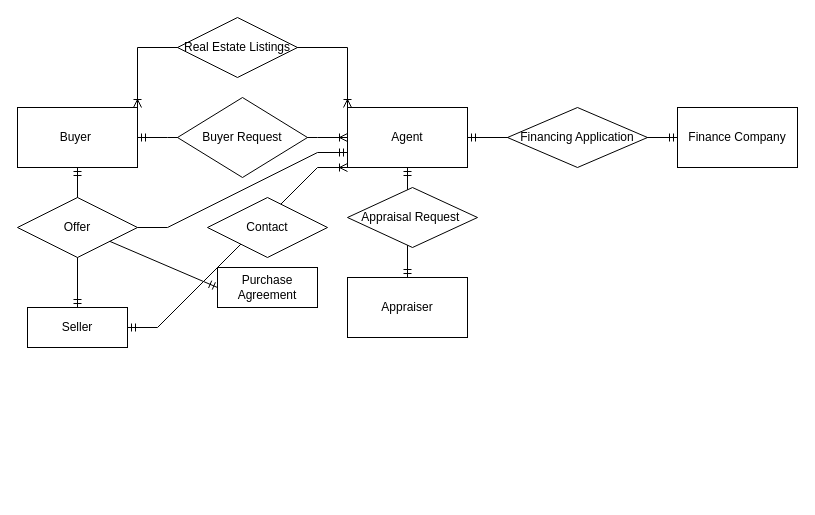
The draw.io diagram ER Diagrams/Assignment1.drawio in siddiqi-zuhair/EECS-3421-Work-W22, before the edit. Source tidied: cells renumbered, new cells numbered last; positions are measured from the earlier drawing's top-left corner, leaving out a move shared by most shapes. Both pictures are drawn from the tidied source at 100%, with x=0, y=0 at pixel (17, 17).
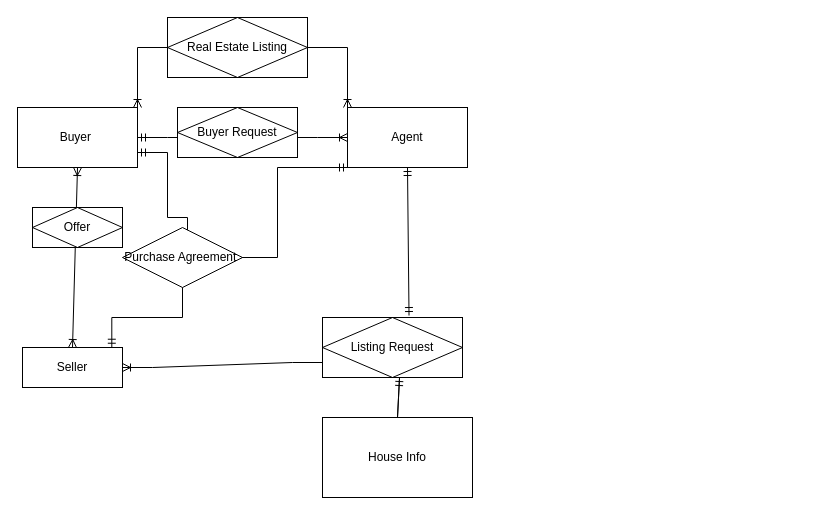
The same page after the edit.

The change refers to these unchanged cells:
```xml
<mxCell id="2" value="Buyer&amp;nbsp;" style="rounded=0;whiteSpace=wrap;html=1;" parent="1" vertex="1">
  <mxGeometry y="90" width="120" height="60" as="geometry" />
</mxCell>
<mxCell id="3" value="Agent" style="rounded=0;whiteSpace=wrap;html=1;" parent="1" vertex="1">
  <mxGeometry x="330" y="90" width="120" height="60" as="geometry" />
</mxCell>
```

Change to the diagram source:
```diff
@@
+    <mxCell id="9" style="fontSize=12;html=1;endArrow=ERoneToMany;startArrow=ERoneToMany;rounded=0;entryX=0.5;entryY=1;entryDx=0;entryDy=0;exitX=0.5;exitY=0;exitDx=0;exitDy=0;" parent="1" edge="1" source="8" target="2">
+      <mxGeometry relative="1" as="geometry" />
+    </mxCell>
@@
+    <mxCell id="6" style="edgeStyle=elbowEdgeStyle;fontSize=12;html=1;endArrow=ERoneToMany;startArrow=ERoneToMany;rounded=0;entryX=0;entryY=0;entryDx=0;entryDy=0;exitX=1;exitY=0;exitDx=0;exitDy=0;elbow=vertical;" parent="1" edge="1" source="2" target="3">
+      <mxGeometry relative="1" as="geometry">
+        <Array as="points">
+          <mxPoint x="230" y="30" />
+          <mxPoint x="230" y="30" />
+          <mxPoint x="230" y="50" />
+        </Array>
+      </mxGeometry>
+    </mxCell>
+    <mxCell id="8" value="Seller" style="whiteSpace=wrap;html=1;align=center;" parent="1" vertex="1">
+      <mxGeometry x="5" y="330" width="100" height="40" as="geometry" />
+    </mxCell>
+    <mxCell id="18" style="fontSize=12;html=1;endArrow=ERmandOne;startArrow=ERmandOne;rounded=0;elbow=vertical;entryX=0.5;entryY=1;entryDx=0;entryDy=0;exitX=0.618;exitY=-0.033;exitDx=0;exitDy=0;exitPerimeter=0;" parent="1" edge="1" source="24" target="3">
+      <mxGeometry relative="1" as="geometry" />
+    </mxCell>
+    <mxCell id="22" style="edgeStyle=entityRelationEdgeStyle;fontSize=12;html=1;endArrow=ERoneToMany;rounded=0;exitX=0;exitY=0.75;exitDx=0;exitDy=0;entryX=1;entryY=0.5;entryDx=0;entryDy=0;" parent="1" edge="1" source="24" target="8">
+      <mxGeometry relative="1" as="geometry" />
+    </mxCell>
+    <mxCell id="10" value="Offer" style="shape=associativeEntity;whiteSpace=wrap;html=1;align=center;" parent="1" vertex="1">
+      <mxGeometry x="15" y="190" width="90" height="40" as="geometry" />
+    </mxCell>
-    <mxCell id="5" value="Buyer Request" style="rhombus;whiteSpace=wrap;html=1;" parent="1" vertex="1">
-      <mxGeometry x="160" y="80" width="130" height="80" as="geometry" />
+    <mxCell id="5" value="Buyer Request" style="shape=associativeEntity;whiteSpace=wrap;html=1;align=center;" parent="1" vertex="1">
+      <mxGeometry x="160" y="90" width="120" height="50" as="geometry" />
     </mxCell>
-    <mxCell id="6" style="edgeStyle=elbowEdgeStyle;fontSize=12;html=1;endArrow=ERoneToMany;startArrow=ERoneToMany;rounded=0;entryX=0;entryY=0;entryDx=0;entryDy=0;exitX=1;exitY=0;exitDx=0;exitDy=0;elbow=vertical;" parent="1" edge="1" source="2" target="3">
-      <mxGeometry relative="1" as="geometry">
-        <Array as="points">
-          <mxPoint x="230" y="30" />
-          <mxPoint x="230" y="50" />
-        </Array>
-      </mxGeometry>
-    </mxCell>
-    <mxCell id="7" value="Real Estate Listings" style="shape=rhombus;perimeter=rhombusPerimeter;whiteSpace=wrap;html=1;align=center;" parent="1" vertex="1">
-      <mxGeometry x="160" width="120" height="60" as="geometry" />
-    </mxCell>
-    <mxCell id="8" value="Seller" style="whiteSpace=wrap;html=1;align=center;" parent="1" vertex="1">
-      <mxGeometry x="10" y="290" width="100" height="40" as="geometry" />
-    </mxCell>
-    <mxCell id="9" style="fontSize=12;html=1;endArrow=ERmandOne;startArrow=ERmandOne;rounded=0;elbow=vertical;exitX=0.5;exitY=0;exitDx=0;exitDy=0;entryX=0.5;entryY=1;entryDx=0;entryDy=0;" parent="1" edge="1" source="8" target="2">
-      <mxGeometry relative="1" as="geometry" />
-    </mxCell>
-    <mxCell id="10" value="Offer" style="shape=rhombus;perimeter=rhombusPerimeter;whiteSpace=wrap;html=1;align=center;" parent="1" vertex="1">
-      <mxGeometry y="180" width="120" height="60" as="geometry" />
-    </mxCell>
-    <mxCell id="11" style="edgeStyle=entityRelationEdgeStyle;fontSize=12;html=1;endArrow=ERmandOne;rounded=0;elbow=vertical;exitX=1;exitY=0.5;exitDx=0;exitDy=0;entryX=0;entryY=0.75;entryDx=0;entryDy=0;" parent="1" edge="1" source="10" target="3">
-      <mxGeometry relative="1" as="geometry" />
-    </mxCell>
-    <mxCell id="12" style="fontSize=12;html=1;endArrow=ERmandOne;rounded=0;elbow=vertical;" parent="1" edge="1" source="10">
-      <mxGeometry relative="1" as="geometry">
-        <mxPoint x="200" y="270" as="targetPoint" />
-      </mxGeometry>
-    </mxCell>
+    <mxCell id="23" value="Real Estate Listing" style="shape=associativeEntity;whiteSpace=wrap;html=1;align=center;" parent="1" vertex="1">
+      <mxGeometry x="150" width="140" height="60" as="geometry" />
+    </mxCell>
+    <mxCell id="24" value="Listing Request" style="shape=associativeEntity;whiteSpace=wrap;html=1;align=center;" parent="1" vertex="1">
+      <mxGeometry x="305" y="300" width="140" height="60" as="geometry" />
+    </mxCell>
+    <mxCell id="25" style="edgeStyle=orthogonalEdgeStyle;fontSize=12;html=1;endArrow=ERmandOne;rounded=0;exitX=1;exitY=0.5;exitDx=0;exitDy=0;entryX=0;entryY=1;entryDx=0;entryDy=0;" parent="1" edge="1" target="3">
+      <mxGeometry relative="1" as="geometry">
+        <mxPoint x="210" y="240" as="sourcePoint" />
+        <Array as="points">
+          <mxPoint x="260" y="240" />
+          <mxPoint x="260" y="150" />
+        </Array>
+      </mxGeometry>
+    </mxCell>
+    <mxCell id="26" style="edgeStyle=orthogonalEdgeStyle;fontSize=12;html=1;endArrow=ERmandOne;rounded=0;exitX=0.57;exitY=0.025;exitDx=0;exitDy=0;entryX=1;entryY=0.75;entryDx=0;entryDy=0;exitPerimeter=0;" parent="1" edge="1" target="2">
+      <mxGeometry relative="1" as="geometry">
+        <mxPoint x="167" y="221" as="sourcePoint" />
+        <Array as="points">
+          <mxPoint x="170" y="221" />
+          <mxPoint x="170" y="200" />
+          <mxPoint x="150" y="200" />
+          <mxPoint x="150" y="135" />
+        </Array>
+      </mxGeometry>
+    </mxCell>
-    <mxCell id="13" value="Purchase Agreement" style="whiteSpace=wrap;html=1;align=center;" parent="1" vertex="1">
-      <mxGeometry x="200" y="250" width="100" height="40" as="geometry" />
+    <mxCell id="13" value="Purchase Agreement&amp;nbsp;" style="shape=rhombus;perimeter=rhombusPerimeter;whiteSpace=wrap;html=1;align=center;" parent="1" vertex="1">
+      <mxGeometry x="105" y="210" width="120" height="60" as="geometry" />
     </mxCell>
-    <mxCell id="14" value="Appraiser" style="rounded=0;whiteSpace=wrap;html=1;" parent="1" vertex="1">
-      <mxGeometry x="330" y="260" width="120" height="60" as="geometry" />
-    </mxCell>
-    <mxCell id="15" value="Finance Company" style="rounded=0;whiteSpace=wrap;html=1;" parent="1" vertex="1">
-      <mxGeometry x="660" y="90" width="120" height="60" as="geometry" />
-    </mxCell>
-    <mxCell id="16" style="fontSize=12;html=1;endArrow=ERmandOne;startArrow=ERmandOne;rounded=0;elbow=vertical;exitX=1;exitY=0.5;exitDx=0;exitDy=0;entryX=0;entryY=0.5;entryDx=0;entryDy=0;" parent="1" edge="1" source="3" target="15">
-      <mxGeometry relative="1" as="geometry" />
-    </mxCell>
-    <mxCell id="17" value="Financing Application" style="shape=rhombus;perimeter=rhombusPerimeter;whiteSpace=wrap;html=1;align=center;" parent="1" vertex="1">
-      <mxGeometry x="490" y="90" width="140" height="60" as="geometry" />
-    </mxCell>
-    <mxCell id="18" style="fontSize=12;html=1;endArrow=ERmandOne;startArrow=ERmandOne;rounded=0;elbow=vertical;entryX=0.5;entryY=1;entryDx=0;entryDy=0;exitX=0.5;exitY=0;exitDx=0;exitDy=0;" parent="1" edge="1" source="14" target="3">
-      <mxGeometry relative="1" as="geometry" />
-    </mxCell>
-    <mxCell id="19" value="Appraisal Request&amp;nbsp;" style="shape=rhombus;perimeter=rhombusPerimeter;whiteSpace=wrap;html=1;align=center;" parent="1" vertex="1">
-      <mxGeometry x="330" y="170" width="130" height="60" as="geometry" />
-    </mxCell>
-    <mxCell id="20" style="edgeStyle=entityRelationEdgeStyle;fontSize=12;html=1;endArrow=ERoneToMany;startArrow=ERmandOne;rounded=0;elbow=vertical;" parent="1" edge="1">
-      <mxGeometry relative="1" as="geometry">
-        <mxPoint x="110" y="310" as="sourcePoint" />
-        <mxPoint x="330" y="150" as="targetPoint" />
-      </mxGeometry>
-    </mxCell>
-    <mxCell id="21" value="Contact" style="shape=rhombus;perimeter=rhombusPerimeter;whiteSpace=wrap;html=1;align=center;" parent="1" vertex="1">
-      <mxGeometry x="190" y="180" width="120" height="60" as="geometry" />
-    </mxCell>
+    <mxCell id="27" value="House Info" style="whiteSpace=wrap;html=1;align=center;" parent="1" vertex="1">
+      <mxGeometry x="305" y="400" width="150" height="80" as="geometry" />
+    </mxCell>
+    <mxCell id="28" style="fontSize=12;html=1;endArrow=ERmandOne;rounded=0;exitX=0.55;exitY=1.013;exitDx=0;exitDy=0;exitPerimeter=0;" parent="1" edge="1" source="24">
+      <mxGeometry relative="1" as="geometry">
+        <mxPoint x="382" y="360" as="targetPoint" />
+        <Array as="points">
+          <mxPoint x="380" y="400" />
+        </Array>
+      </mxGeometry>
+    </mxCell>
+    <mxCell id="29" style="edgeStyle=elbowEdgeStyle;fontSize=12;html=1;endArrow=ERmandOne;rounded=0;exitX=0.5;exitY=1;exitDx=0;exitDy=0;entryX=0.893;entryY=-0.007;entryDx=0;entryDy=0;entryPerimeter=0;" parent="1" edge="1" source="13" target="8">
+      <mxGeometry relative="1" as="geometry" />
+    </mxCell>
```
